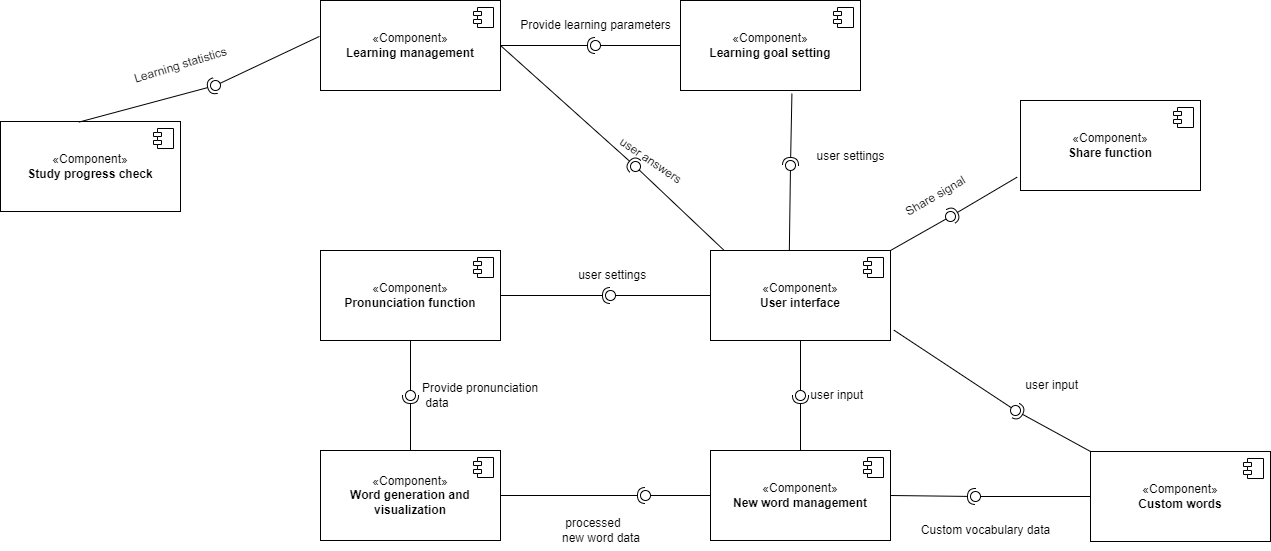
Earlier version of the draw.io export component.drawio.png (xiangxiang3451/blog_pictures). Source tidied: cells renumbered, new cells last; positions are measured from the earlier drawing's top-left corner, leaving out a move shared by most shapes.
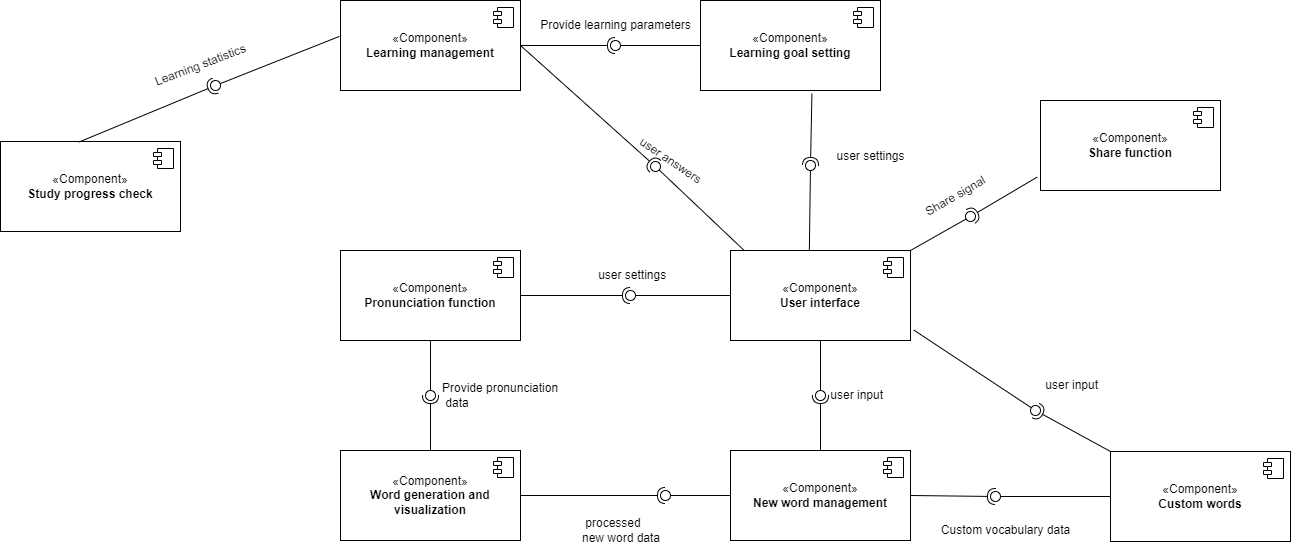
After the commit.

The edit, as a diff of the source:
```diff
@@ -167,7 +167,7 @@
       <mxGeometry x="805" y="141" width="90" height="30" as="geometry" />
     </mxCell>
     <mxCell id="52" value="«Component»&lt;br&gt;&lt;b&gt;Study progress check&lt;/b&gt;" style="html=1;whiteSpace=wrap;" parent="1" vertex="1">
-      <mxGeometry y="121" width="180" height="90" as="geometry" />
+      <mxGeometry x="-20" y="141" width="180" height="90" as="geometry" />
     </mxCell>
     <mxCell id="53" style="shape=module;jettyWidth=8;jettyHeight=4;" parent="52" vertex="1">
       <mxGeometry x="1" width="20" height="20" relative="1" as="geometry">
@@ -181,9 +181,9 @@
       <mxGeometry relative="1" as="geometry" />
     </mxCell>
     <mxCell id="56" style="ellipse;whiteSpace=wrap;html=1;align=center;fillColor=none;strokeColor=none;perimeter=centerPerimeter;points=[];outlineConnect=1;" parent="1" vertex="1">
-      <mxGeometry x="210" y="80" width="10" height="10" as="geometry" />
+      <mxGeometry x="190" y="80" width="10" height="10" as="geometry" />
     </mxCell>
-    <mxCell id="57" value="Learning statistics" style="text;html=1;align=center;verticalAlign=middle;strokeColor=none;fillColor=none;rotation=343;" parent="1" vertex="1">
+    <mxCell id="57" value="Learning statistics" style="text;html=1;align=center;verticalAlign=middle;strokeColor=none;fillColor=none;rotation=339;" parent="1" vertex="1">
       <mxGeometry x="120" y="50" width="120" height="30" as="geometry" />
     </mxCell>
     <mxCell id="58" value="«Component»&lt;br&gt;&lt;b&gt;Share function&lt;/b&gt;" style="html=1;whiteSpace=wrap;" parent="1" vertex="1">
```
